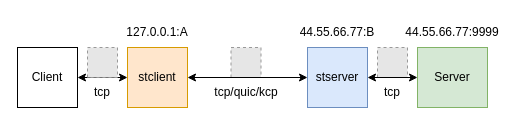
The draw.io diagram page "connection_with_stunnel" (2 of 4) of doc/stunnel.drawio in 0990/stunnel, before the edit. Source tidied: cells renumbered, new cells numbered last; positions are measured from the earlier drawing's top-left corner, leaving out a move shared by most shapes. Both pictures are drawn from the tidied source at 100%, with x=0, y=0 at pixel (17, 17). Pictures stored in the file or linked from it are replaced by grey dashed boxes.
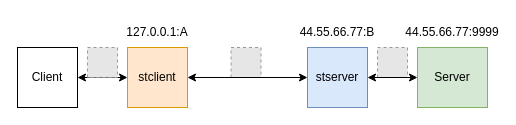
The same page after the edit.

The edit, as a diff of the source:
```diff
@@
 <mxGraphModel>
   <root>
     <mxCell id="0" />
     <mxCell id="1" parent="0" />
     <mxCell id="2" value="Client" style="rounded=0;whiteSpace=wrap;html=1;" parent="1" vertex="1">
       <mxGeometry y="30" width="60" height="60" as="geometry" />
     </mxCell>
     <mxCell id="3" value="Server" style="rounded=0;whiteSpace=wrap;html=1;fillColor=#d5e8d4;strokeColor=#82b366;" parent="1" vertex="1">
       <mxGeometry x="400" y="30" width="70" height="60" as="geometry" />
     </mxCell>
     <mxCell id="4" value="44.55.66.77:9999" style="text;html=1;strokeColor=none;fillColor=none;align=center;verticalAlign=middle;whiteSpace=wrap;rounded=0;" parent="1" vertex="1">
       <mxGeometry x="405" width="60" height="30" as="geometry" />
     </mxCell>
     <mxCell id="5" style="fillColor=#E6E6E6;strokeColor=#999999;dashed=1;html=1;verticalAlign=top;verticalLabelPosition=bottom;labelBackgroundColor=#ffffff;" parent="1" vertex="1">
       <mxGeometry x="360" y="30" width="30" height="30" as="geometry" />
     </mxCell>
     <mxCell id="6" value="stclient" style="rounded=0;whiteSpace=wrap;html=1;fillColor=#ffe6cc;strokeColor=#d79b00;" parent="1" vertex="1">
       <mxGeometry x="110" y="30" width="60" height="60" as="geometry" />
     </mxCell>
     <mxCell id="7" value="stserver" style="rounded=0;whiteSpace=wrap;html=1;fillColor=#dae8fc;strokeColor=#6c8ebf;" parent="1" vertex="1">
       <mxGeometry x="290" y="30" width="60" height="60" as="geometry" />
     </mxCell>
     <mxCell id="8" style="fillColor=#E6E6E6;strokeColor=#999999;dashed=1;html=1;verticalAlign=top;verticalLabelPosition=bottom;labelBackgroundColor=#ffffff;" parent="1" vertex="1">
       <mxGeometry x="213.5" y="30" width="30" height="30" as="geometry" />
     </mxCell>
     <mxCell id="9" style="endArrow=classic;startArrow=classic;html=1;rounded=0;exitX=1;exitY=0.5;exitDx=0;exitDy=0;entryX=0;entryY=0.5;entryDx=0;entryDy=0;" parent="1" edge="1" source="2" target="6">
       <mxGeometry relative="1" as="geometry" />
     </mxCell>
     <mxCell id="10" style="fillColor=#E6E6E6;strokeColor=#999999;dashed=1;html=1;verticalAlign=top;verticalLabelPosition=bottom;labelBackgroundColor=#ffffff;" parent="1" vertex="1">
       <mxGeometry x="70" y="30" width="30" height="30" as="geometry" />
     </mxCell>
     <mxCell id="11" style="endArrow=classic;startArrow=classic;html=1;rounded=0;entryX=0;entryY=0.5;entryDx=0;entryDy=0;exitX=1;exitY=0.5;exitDx=0;exitDy=0;" parent="1" edge="1" source="7" target="3">
       <mxGeometry relative="1" as="geometry" />
     </mxCell>
     <mxCell id="12" style="endArrow=classic;startArrow=classic;html=1;rounded=0;exitX=1;exitY=0.5;exitDx=0;exitDy=0;entryX=0;entryY=0.5;entryDx=0;entryDy=0;" parent="1" edge="1" source="6" target="7">
       <mxGeometry relative="1" as="geometry" />
     </mxCell>
     <mxCell id="13" value="44.55.66.77:B" style="text;html=1;strokeColor=none;fillColor=none;align=center;verticalAlign=middle;whiteSpace=wrap;rounded=0;" parent="1" vertex="1">
       <mxGeometry x="290" width="60" height="30" as="geometry" />
     </mxCell>
     <mxCell id="14" value="127.0.0.1:A" style="text;html=1;strokeColor=none;fillColor=none;align=center;verticalAlign=middle;whiteSpace=wrap;rounded=0;" parent="1" vertex="1">
       <mxGeometry x="110" width="60" height="30" as="geometry" />
     </mxCell>
-    <mxCell id="15" value="tcp" style="text;html=1;strokeColor=none;fillColor=none;align=center;verticalAlign=middle;whiteSpace=wrap;rounded=0;" parent="1" vertex="1">
-      <mxGeometry x="55" y="60" width="60" height="30" as="geometry" />
-    </mxCell>
-    <mxCell id="16" value="tcp" style="text;html=1;strokeColor=none;fillColor=none;align=center;verticalAlign=middle;whiteSpace=wrap;rounded=0;" parent="1" vertex="1">
-      <mxGeometry x="345" y="60" width="60" height="30" as="geometry" />
-    </mxCell>
-    <mxCell id="17" value="tcp/quic/kcp" style="text;html=1;strokeColor=none;fillColor=none;align=center;verticalAlign=middle;whiteSpace=wrap;rounded=0;" parent="1" vertex="1">
-      <mxGeometry x="183.5" y="60" width="90" height="30" as="geometry" />
-    </mxCell>
   </root>
 </mxGraphModel>
```
